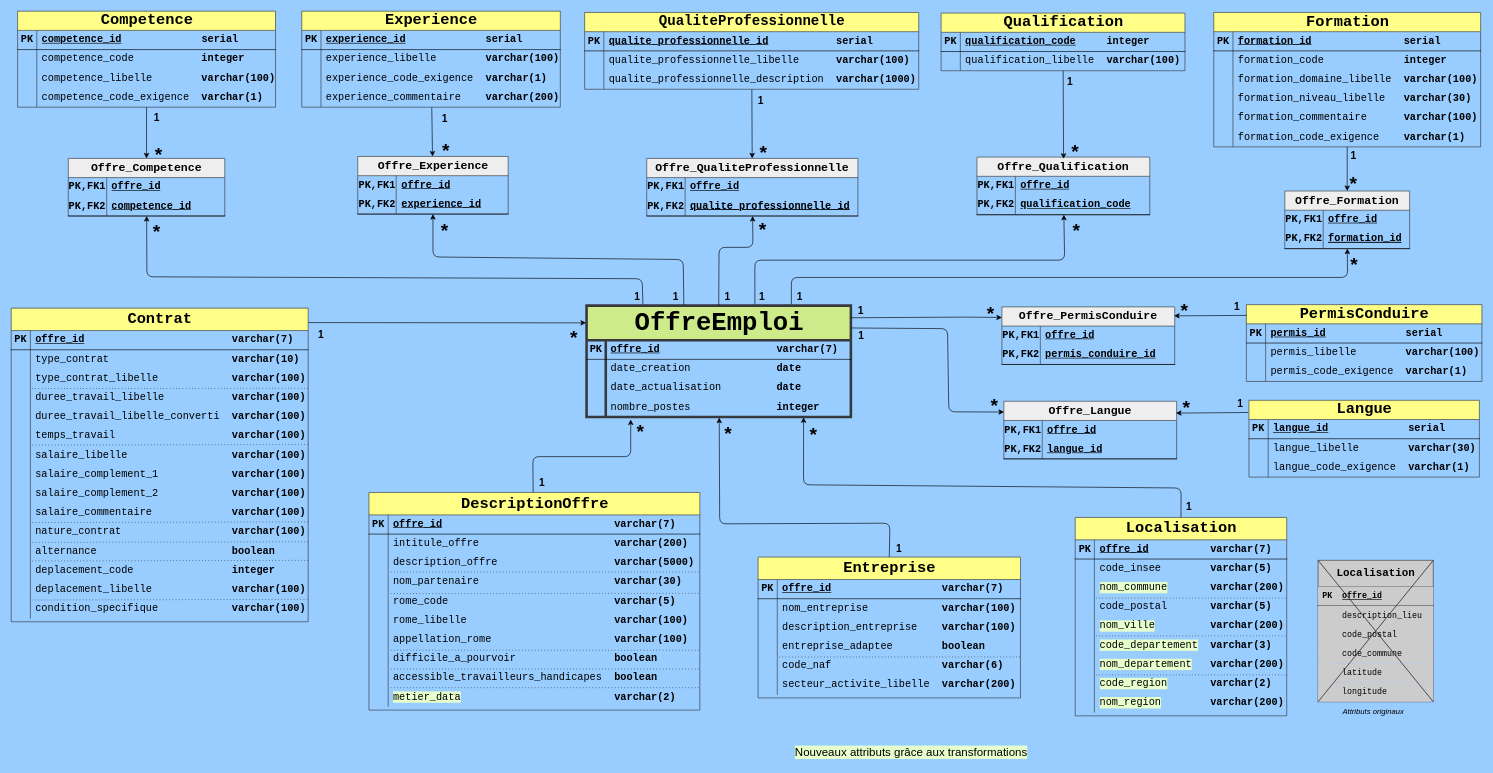
Earlier version of the draw.io diagram load_sql/UML.drawio (vimchun/Job-Market-in-France). Source tidied: cells renumbered, new cells numbered last; positions are measured from the earlier drawing's top-left corner, leaving out a move shared by most shapes. Both pictures are drawn from the tidied source at 64%, with x=0, y=0 at pixel (11, 11).
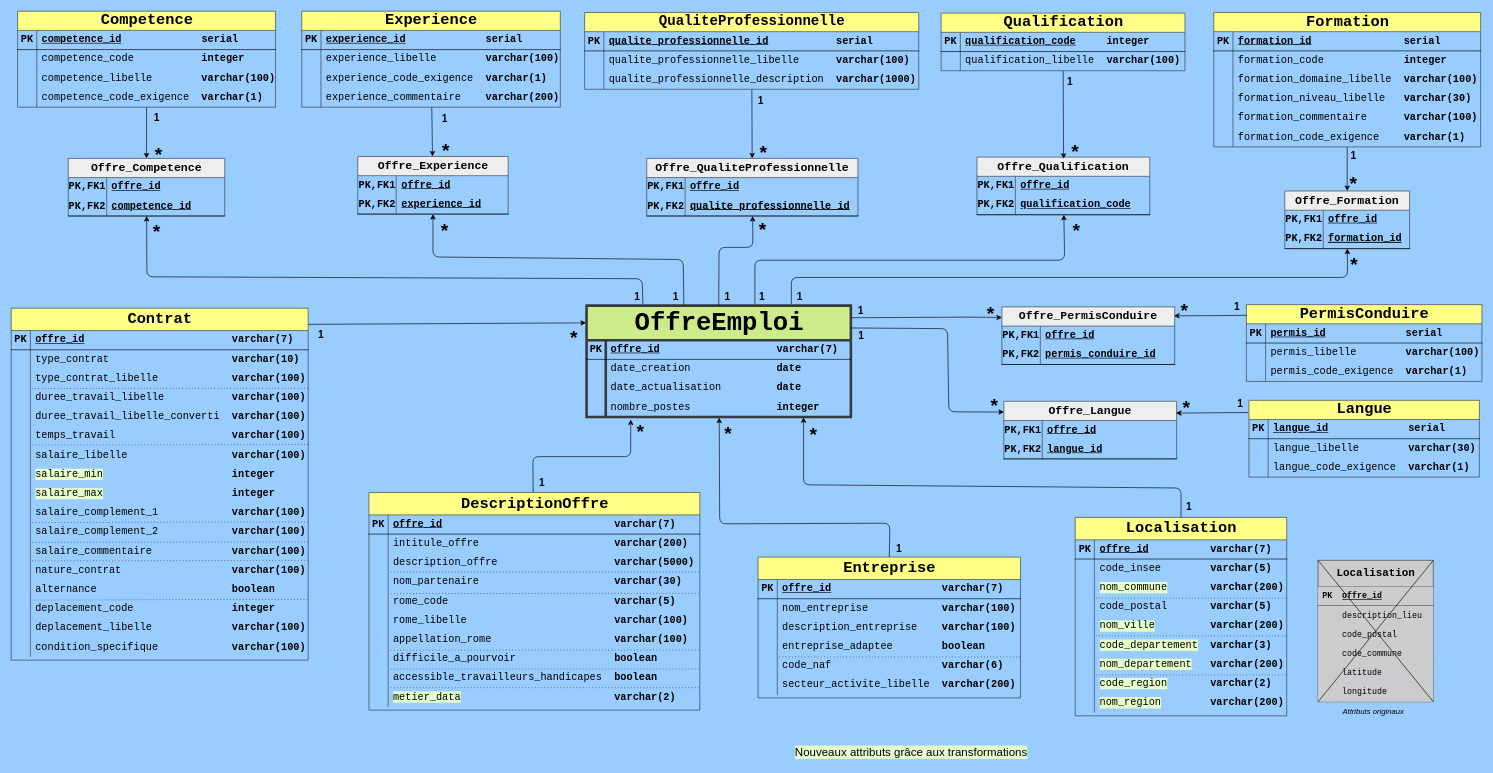
The same diagram, later.

Commit message (it also covers changes not shown here):
update des fichiers drawio

The edit, as a diff of the source:
```diff
@@
     <mxCell id="15" value="&lt;span style=&quot;font-size: 24px;&quot;&gt;Contrat&lt;/span&gt;" style="shape=table;startSize=35;childLayout=tableLayout;rowLines=0;fontStyle=1;align=center;html=1;fillColor=#ffff88;strokeColor=#36393d;rounded=0;fontFamily=Courier New;fontSize=16;" parent="1" vertex="1">
-      <mxGeometry y="464" width="464" height="490" as="geometry" />
+      <mxGeometry y="464" width="464" height="550" as="geometry" />
     </mxCell>
@@
+    <mxCell id="363" style="shape=tableRow;horizontal=0;startSize=0;swimlaneHead=0;swimlaneBody=0;fillColor=none;top=0;left=0;right=0;bottom=0;rounded=0;fontFamily=Courier New;fontSize=16;strokeColor=#000000;" parent="15" vertex="1">
+      <mxGeometry y="245" width="464" height="30" as="geometry" />
+    </mxCell>
+    <mxCell id="364" style="shape=partialRectangle;fillColor=none;top=0;left=0;bottom=0;right=0;overflow=hidden;whiteSpace=wrap;html=1;rounded=0;fontFamily=Courier New;fontSize=16;strokeColor=#000000;" parent="363" vertex="1">
+      <mxGeometry width="30" height="30" as="geometry" />
+    </mxCell>
+    <mxCell id="365" value="&lt;span style=&quot;background-color: rgb(230, 255, 204);&quot;&gt;salaire_min&lt;/span&gt;&amp;nbsp; &amp;nbsp; &amp;nbsp; &amp;nbsp; &amp;nbsp; &amp;nbsp; &amp;nbsp; &amp;nbsp; &amp;nbsp; &amp;nbsp; &amp;nbsp;&lt;b&gt;integer&lt;/b&gt;" style="shape=partialRectangle;fillColor=none;top=0;left=0;bottom=0;right=0;align=left;spacingLeft=6;overflow=hidden;whiteSpace=wrap;html=1;rounded=0;fontFamily=Courier New;fontSize=16;strokeColor=#000000;" parent="363" vertex="1">
+      <mxGeometry x="30" width="434" height="30" as="geometry" />
+    </mxCell>
+    <mxCell id="366" style="shape=tableRow;horizontal=0;startSize=0;swimlaneHead=0;swimlaneBody=0;fillColor=none;top=0;left=0;right=0;bottom=0;rounded=0;fontFamily=Courier New;fontSize=16;strokeColor=#000000;" parent="15" vertex="1">
+      <mxGeometry y="275" width="464" height="30" as="geometry" />
+    </mxCell>
+    <mxCell id="367" style="shape=partialRectangle;fillColor=none;top=0;left=0;bottom=0;right=0;overflow=hidden;whiteSpace=wrap;html=1;rounded=0;fontFamily=Courier New;fontSize=16;strokeColor=#000000;" parent="366" vertex="1">
+      <mxGeometry width="30" height="30" as="geometry" />
+    </mxCell>
+    <mxCell id="368" value="&lt;span style=&quot;background-color: rgb(230, 255, 204);&quot;&gt;salaire_max&lt;/span&gt;&amp;nbsp; &amp;nbsp; &amp;nbsp; &amp;nbsp; &amp;nbsp; &amp;nbsp; &amp;nbsp; &amp;nbsp; &amp;nbsp; &amp;nbsp; &amp;nbsp;&lt;b&gt;integer&lt;/b&gt;" style="shape=partialRectangle;fillColor=none;top=0;left=0;bottom=0;right=0;align=left;spacingLeft=6;overflow=hidden;whiteSpace=wrap;html=1;rounded=0;fontFamily=Courier New;fontSize=16;strokeColor=#000000;" parent="366" vertex="1">
+      <mxGeometry x="30" width="434" height="30" as="geometry" />
+    </mxCell>
     <mxCell id="37" style="shape=tableRow;horizontal=0;startSize=0;swimlaneHead=0;swimlaneBody=0;fillColor=none;top=0;left=0;right=0;bottom=0;rounded=0;fontFamily=Courier New;fontSize=16;strokeColor=#000000;" parent="15" vertex="1">
-      <mxGeometry y="245" width="464" height="30" as="geometry" />
+      <mxGeometry y="305" width="464" height="30" as="geometry" />
     </mxCell>
@@
     <mxCell id="40" style="shape=tableRow;horizontal=0;startSize=0;swimlaneHead=0;swimlaneBody=0;fillColor=none;top=0;left=0;right=0;bottom=0;rounded=0;fontFamily=Courier New;fontSize=16;strokeColor=#000000;" parent="15" vertex="1">
-      <mxGeometry y="275" width="464" height="30" as="geometry" />
+      <mxGeometry y="335" width="464" height="30" as="geometry" />
     </mxCell>
@@
     <mxCell id="43" style="shape=tableRow;horizontal=0;startSize=0;swimlaneHead=0;swimlaneBody=0;fillColor=none;top=0;left=0;right=0;bottom=0;rounded=0;fontFamily=Courier New;fontSize=16;strokeColor=#000000;" parent="15" vertex="1">
-      <mxGeometry y="305" width="464" height="30" as="geometry" />
+      <mxGeometry y="365" width="464" height="30" as="geometry" />
     </mxCell>
@@
     <mxCell id="46" style="shape=tableRow;horizontal=0;startSize=0;swimlaneHead=0;swimlaneBody=0;fillColor=none;top=0;left=0;right=0;bottom=0;rounded=0;fontFamily=Courier New;fontSize=16;strokeColor=#000000;" parent="15" vertex="1">
-      <mxGeometry y="335" width="464" height="30" as="geometry" />
+      <mxGeometry y="395" width="464" height="30" as="geometry" />
     </mxCell>
@@
     <mxCell id="49" style="shape=tableRow;horizontal=0;startSize=0;swimlaneHead=0;swimlaneBody=0;fillColor=none;top=0;left=0;right=0;bottom=0;rounded=0;fontFamily=Courier New;fontSize=16;strokeColor=#000000;" parent="15" vertex="1">
-      <mxGeometry y="365" width="464" height="30" as="geometry" />
+      <mxGeometry y="425" width="464" height="30" as="geometry" />
     </mxCell>
@@
     <mxCell id="52" style="shape=tableRow;horizontal=0;startSize=0;swimlaneHead=0;swimlaneBody=0;fillColor=none;top=0;left=0;right=0;bottom=0;rounded=0;fontFamily=Courier New;fontSize=16;strokeColor=#000000;" parent="15" vertex="1">
-      <mxGeometry y="395" width="464" height="30" as="geometry" />
+      <mxGeometry y="455" width="464" height="30" as="geometry" />
     </mxCell>
@@
     <mxCell id="55" style="shape=tableRow;horizontal=0;startSize=0;swimlaneHead=0;swimlaneBody=0;fillColor=none;top=0;left=0;right=0;bottom=0;rounded=0;fontFamily=Courier New;fontSize=16;strokeColor=#000000;" parent="15" vertex="1">
-      <mxGeometry y="425" width="464" height="30" as="geometry" />
+      <mxGeometry y="485" width="464" height="30" as="geometry" />
     </mxCell>
@@
     <mxCell id="58" style="shape=tableRow;horizontal=0;startSize=0;swimlaneHead=0;swimlaneBody=0;fillColor=none;top=0;left=0;right=0;bottom=0;rounded=0;fontFamily=Courier New;fontSize=16;strokeColor=#000000;" parent="15" vertex="1">
-      <mxGeometry y="455" width="464" height="30" as="geometry" />
+      <mxGeometry y="515" width="464" height="30" as="geometry" />
     </mxCell>
```
